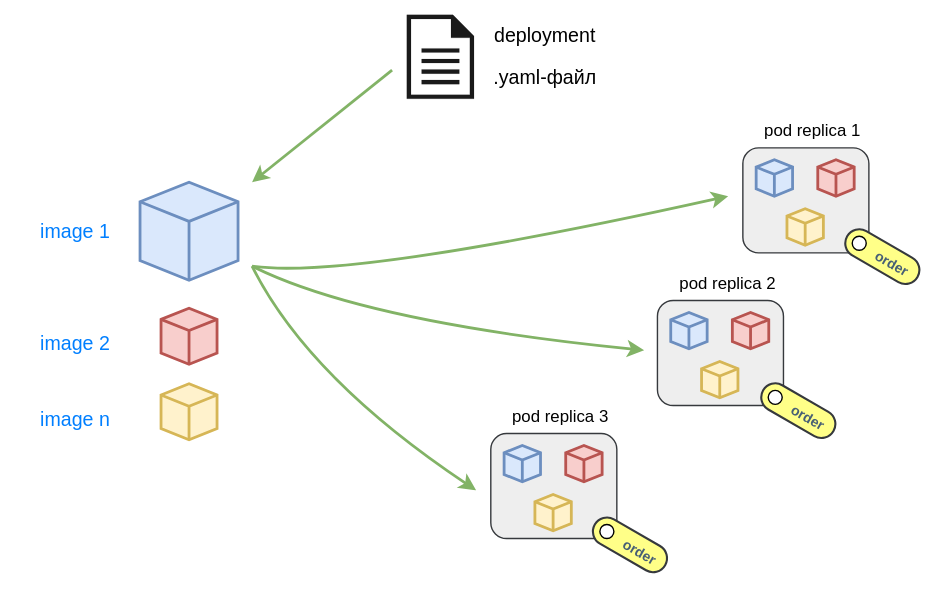
The draw.io diagram a-notes/tech/docker и kubernetes/kubernetes/k8s (kubernetes)/объекты кубера/img/deployment.drawio.svg in fullmetalprogrammist/workbook, before a commit. Source tidied: cells renumbered, new cells last; positions are measured from the earlier drawing's top-left corner, leaving out a move shared by most shapes.
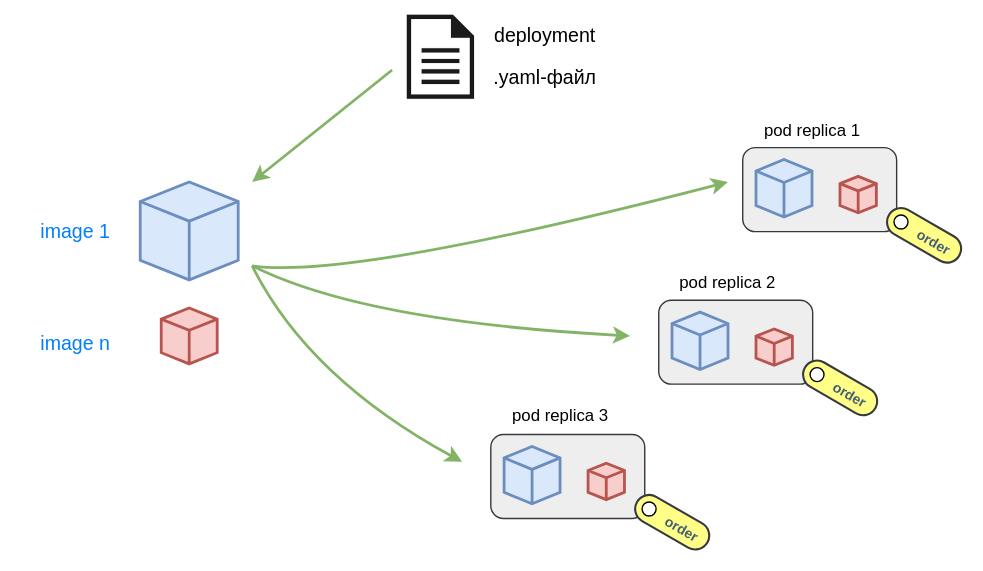
Above is the later version.

The edit, as a diff of the source:
```diff
@@ -1,139 +1,125 @@
 <mxGraphModel>
   <root>
     <mxCell id="0" />
-    <mxCell id="1" value="base" parent="0" />
+    <mxCell id="1" parent="0" />
+    <mxCell id="40" value="base" parent="0" />
-    <mxCell id="2" style="sketch=0;shadow=0;dashed=0;html=1;labelPosition=center;verticalLabelPosition=bottom;verticalAlign=top;align=center;shape=mxgraph.mscae.enterprise.document;fillColor=#1A1A1A;strokeWidth=0;" parent="1" vertex="1">
+    <mxCell id="2" style="sketch=0;shadow=0;dashed=0;html=1;labelPosition=center;verticalLabelPosition=bottom;verticalAlign=top;align=center;shape=mxgraph.mscae.enterprise.document;fillColor=#1A1A1A;strokeWidth=0;" parent="40" vertex="1">
       <mxGeometry x="280" width="48" height="60" as="geometry" />
     </mxCell>
-    <mxCell id="3" value=".yaml-файл" style="text;html=1;whiteSpace=wrap;strokeColor=none;fillColor=none;align=center;verticalAlign=middle;rounded=0;fontSize=14;" parent="1" vertex="1">
+    <mxCell id="3" value=".yaml-файл" style="text;html=1;whiteSpace=wrap;strokeColor=none;fillColor=none;align=center;verticalAlign=middle;rounded=0;fontSize=14;" parent="40" vertex="1">
       <mxGeometry x="328" y="30" width="102" height="30" as="geometry" />
     </mxCell>
-    <mxCell id="4" value="deployment" style="text;html=1;whiteSpace=wrap;strokeColor=none;fillColor=none;align=center;verticalAlign=middle;rounded=0;fontSize=14;" parent="1" vertex="1">
+    <mxCell id="4" value="deployment" style="text;html=1;whiteSpace=wrap;strokeColor=none;fillColor=none;align=center;verticalAlign=middle;rounded=0;fontSize=14;" parent="40" vertex="1">
       <mxGeometry x="328" width="102" height="30" as="geometry" />
     </mxCell>
-    <mxCell id="5" value="image 1" style="text;html=1;whiteSpace=wrap;strokeColor=none;fillColor=none;align=center;verticalAlign=middle;rounded=0;fontColor=#007FFF;fontSize=14;fontStyle=0;" parent="1" vertex="1">
+    <mxCell id="5" value="image 1" style="text;html=1;whiteSpace=wrap;strokeColor=none;fillColor=none;align=center;verticalAlign=middle;rounded=0;fontColor=#007FFF;fontSize=14;fontStyle=0;" parent="40" vertex="1">
       <mxGeometry x="10" y="145" width="66.7" height="20" as="geometry" />
     </mxCell>
-    <mxCell id="6" style="html=1;verticalLabelPosition=bottom;align=center;labelBackgroundColor=#ffffff;verticalAlign=top;strokeWidth=2;strokeColor=#6c8ebf;shadow=0;dashed=0;shape=mxgraph.ios7.icons.cube;fillColor=#dae8fc;" parent="1" vertex="1">
+    <mxCell id="6" style="html=1;verticalLabelPosition=bottom;align=center;labelBackgroundColor=#ffffff;verticalAlign=top;strokeWidth=2;strokeColor=#6c8ebf;shadow=0;dashed=0;shape=mxgraph.ios7.icons.cube;fillColor=#dae8fc;" parent="40" vertex="1">
       <mxGeometry x="90" y="120" width="70" height="70" as="geometry" />
     </mxCell>
-    <mxCell id="7" value="image 2" style="text;html=1;whiteSpace=wrap;strokeColor=none;fillColor=none;align=center;verticalAlign=middle;rounded=0;fontColor=#007FFF;fontSize=14;fontStyle=0;" parent="1" vertex="1">
-      <mxGeometry y="225" width="86.7" height="20" as="geometry" />
-    </mxCell>
+    <mxCell id="9" value="image n" style="text;html=1;whiteSpace=wrap;strokeColor=none;fillColor=none;align=center;verticalAlign=middle;rounded=0;fontColor=#007FFF;fontSize=14;fontStyle=0;" parent="40" vertex="1">
+      <mxGeometry y="225" width="86.7" height="20" as="geometry" />
+    </mxCell>
-    <mxCell id="8" style="html=1;verticalLabelPosition=bottom;align=center;labelBackgroundColor=#ffffff;verticalAlign=top;strokeWidth=2;strokeColor=#b85450;shadow=0;dashed=0;shape=mxgraph.ios7.icons.cube;fillColor=#f8cecc;" parent="1" vertex="1">
+    <mxCell id="8" style="html=1;verticalLabelPosition=bottom;align=center;labelBackgroundColor=#ffffff;verticalAlign=top;strokeWidth=2;strokeColor=#b85450;shadow=0;dashed=0;shape=mxgraph.ios7.icons.cube;fillColor=#f8cecc;" parent="40" vertex="1">
       <mxGeometry x="105" y="210" width="40" height="40" as="geometry" />
     </mxCell>
-    <mxCell id="9" value="image n" style="text;html=1;whiteSpace=wrap;strokeColor=none;fillColor=none;align=center;verticalAlign=middle;rounded=0;fontColor=#007FFF;fontSize=14;fontStyle=0;" parent="1" vertex="1">
-      <mxGeometry y="279" width="86.7" height="20" as="geometry" />
-    </mxCell>
-    <mxCell id="10" style="html=1;verticalLabelPosition=bottom;align=center;labelBackgroundColor=#ffffff;verticalAlign=top;strokeWidth=2;strokeColor=#d6b656;shadow=0;dashed=0;shape=mxgraph.ios7.icons.cube;fillColor=#fff2cc;" parent="1" vertex="1">
-      <mxGeometry x="105" y="264" width="40" height="40" as="geometry" />
-    </mxCell>
-    <mxCell id="11" style="rounded=1;whiteSpace=wrap;html=1;fillColor=#eeeeee;strokeColor=#36393d;" parent="1" vertex="1">
-      <mxGeometry x="520" y="95" width="90" height="75" as="geometry" />
-    </mxCell>
-    <mxCell id="12" style="html=1;verticalLabelPosition=bottom;align=center;labelBackgroundColor=#ffffff;verticalAlign=top;strokeWidth=2;strokeColor=#6c8ebf;shadow=0;dashed=0;shape=mxgraph.ios7.icons.cube;fillColor=#dae8fc;" parent="1" vertex="1">
-      <mxGeometry x="530" y="104" width="26" height="26" as="geometry" />
-    </mxCell>
-    <mxCell id="13" style="html=1;verticalLabelPosition=bottom;align=center;labelBackgroundColor=#ffffff;verticalAlign=top;strokeWidth=2;strokeColor=#b85450;shadow=0;dashed=0;shape=mxgraph.ios7.icons.cube;fillColor=#f8cecc;" parent="1" vertex="1">
-      <mxGeometry x="574" y="104" width="26" height="26" as="geometry" />
-    </mxCell>
-    <mxCell id="14" style="html=1;verticalLabelPosition=bottom;align=center;labelBackgroundColor=#ffffff;verticalAlign=top;strokeWidth=2;strokeColor=#d6b656;shadow=0;dashed=0;shape=mxgraph.ios7.icons.cube;fillColor=#fff2cc;" parent="1" vertex="1">
-      <mxGeometry x="552" y="139" width="26" height="26" as="geometry" />
-    </mxCell>
-    <mxCell id="15" value="pod replica 1" style="text;html=1;whiteSpace=wrap;strokeColor=none;fillColor=none;align=center;verticalAlign=middle;rounded=0;" parent="1" vertex="1">
+    <mxCell id="15" value="pod replica 1" style="text;html=1;whiteSpace=wrap;strokeColor=none;fillColor=none;align=center;verticalAlign=middle;rounded=0;" parent="40" vertex="1">
       <mxGeometry x="530" y="70" width="80" height="25" as="geometry" />
     </mxCell>
-    <mxCell id="16" style="rounded=1;whiteSpace=wrap;html=1;fillColor=#eeeeee;strokeColor=#36393d;" parent="1" vertex="1">
-      <mxGeometry x="459" y="204" width="90" height="75" as="geometry" />
-    </mxCell>
-    <mxCell id="17" style="html=1;verticalLabelPosition=bottom;align=center;labelBackgroundColor=#ffffff;verticalAlign=top;strokeWidth=2;strokeColor=#6c8ebf;shadow=0;dashed=0;shape=mxgraph.ios7.icons.cube;fillColor=#dae8fc;" parent="1" vertex="1">
-      <mxGeometry x="469" y="213" width="26" height="26" as="geometry" />
-    </mxCell>
-    <mxCell id="18" style="html=1;verticalLabelPosition=bottom;align=center;labelBackgroundColor=#ffffff;verticalAlign=top;strokeWidth=2;strokeColor=#b85450;shadow=0;dashed=0;shape=mxgraph.ios7.icons.cube;fillColor=#f8cecc;" parent="1" vertex="1">
-      <mxGeometry x="513" y="213" width="26" height="26" as="geometry" />
-    </mxCell>
-    <mxCell id="19" style="html=1;verticalLabelPosition=bottom;align=center;labelBackgroundColor=#ffffff;verticalAlign=top;strokeWidth=2;strokeColor=#d6b656;shadow=0;dashed=0;shape=mxgraph.ios7.icons.cube;fillColor=#fff2cc;" parent="1" vertex="1">
-      <mxGeometry x="491" y="248" width="26" height="26" as="geometry" />
-    </mxCell>
-    <mxCell id="20" value="pod replica 2" style="text;html=1;whiteSpace=wrap;strokeColor=none;fillColor=none;align=center;verticalAlign=middle;rounded=0;" parent="1" vertex="1">
+    <mxCell id="20" value="pod replica 2" style="text;html=1;whiteSpace=wrap;strokeColor=none;fillColor=none;align=center;verticalAlign=middle;rounded=0;" parent="40" vertex="1">
       <mxGeometry x="470" y="179" width="79" height="25" as="geometry" />
     </mxCell>
-    <mxCell id="21" style="rounded=1;whiteSpace=wrap;html=1;fillColor=#eeeeee;strokeColor=#36393d;" parent="1" vertex="1">
-      <mxGeometry x="340" y="299" width="90" height="75" as="geometry" />
-    </mxCell>
-    <mxCell id="22" style="html=1;verticalLabelPosition=bottom;align=center;labelBackgroundColor=#ffffff;verticalAlign=top;strokeWidth=2;strokeColor=#6c8ebf;shadow=0;dashed=0;shape=mxgraph.ios7.icons.cube;fillColor=#dae8fc;" parent="1" vertex="1">
-      <mxGeometry x="350" y="308" width="26" height="26" as="geometry" />
-    </mxCell>
-    <mxCell id="23" style="html=1;verticalLabelPosition=bottom;align=center;labelBackgroundColor=#ffffff;verticalAlign=top;strokeWidth=2;strokeColor=#b85450;shadow=0;dashed=0;shape=mxgraph.ios7.icons.cube;fillColor=#f8cecc;" parent="1" vertex="1">
-      <mxGeometry x="394" y="308" width="26" height="26" as="geometry" />
-    </mxCell>
-    <mxCell id="24" style="html=1;verticalLabelPosition=bottom;align=center;labelBackgroundColor=#ffffff;verticalAlign=top;strokeWidth=2;strokeColor=#d6b656;shadow=0;dashed=0;shape=mxgraph.ios7.icons.cube;fillColor=#fff2cc;" parent="1" vertex="1">
-      <mxGeometry x="372" y="343" width="26" height="26" as="geometry" />
-    </mxCell>
-    <mxCell id="25" value="pod replica 3" style="text;html=1;whiteSpace=wrap;strokeColor=none;fillColor=none;align=center;verticalAlign=middle;rounded=0;" parent="1" vertex="1">
+    <mxCell id="25" value="pod replica 3" style="text;html=1;whiteSpace=wrap;strokeColor=none;fillColor=none;align=center;verticalAlign=middle;rounded=0;" parent="40" vertex="1">
       <mxGeometry x="350" y="274" width="80" height="25" as="geometry" />
     </mxCell>
-    <mxCell id="26" style="group;" parent="1" vertex="1">
-      <mxGeometry x="409.8" y="355.8" width="60.2" height="46.3" as="geometry" />
-    </mxCell>
-    <mxCell id="27" value="&lt;font size=&quot;1&quot; color=&quot;#475f75&quot;&gt;&lt;b style=&quot;&quot;&gt;order&amp;nbsp;&amp;nbsp;&lt;/b&gt;&lt;/font&gt;" style="rounded=1;whiteSpace=wrap;html=1;arcSize=50;strokeColor=#36393d;fillColor=#ffff88;strokeWidth=1.5;rotation=30;align=right;verticalAlign=middle;" parent="26" vertex="1">
-      <mxGeometry x="1.1" y="13.2" width="58" height="20" as="geometry" />
-    </mxCell>
-    <mxCell id="28" style="ellipse;whiteSpace=wrap;html=1;" parent="26" vertex="1">
-      <mxGeometry x="8.1" y="8.2" width="10" height="10" as="geometry" />
-    </mxCell>
-    <mxCell id="29" style="group;" parent="1" vertex="1">
-      <mxGeometry x="530" y="260" width="60.2" height="46.3" as="geometry" />
-    </mxCell>
-    <mxCell id="30" value="&lt;font size=&quot;1&quot; color=&quot;#475f75&quot;&gt;&lt;b style=&quot;&quot;&gt;order&amp;nbsp;&amp;nbsp;&lt;/b&gt;&lt;/font&gt;" style="rounded=1;whiteSpace=wrap;html=1;arcSize=50;strokeColor=#36393d;fillColor=#ffff88;strokeWidth=1.5;rotation=30;align=right;verticalAlign=middle;" parent="29" vertex="1">
-      <mxGeometry x="1.1" y="13.2" width="58" height="20" as="geometry" />
-    </mxCell>
-    <mxCell id="31" style="ellipse;whiteSpace=wrap;html=1;" parent="29" vertex="1">
-      <mxGeometry x="8.1" y="8.2" width="10" height="10" as="geometry" />
-    </mxCell>
-    <mxCell id="32" style="group;" parent="1" vertex="1">
-      <mxGeometry x="590" y="150" width="60.2" height="46.3" as="geometry" />
-    </mxCell>
-    <mxCell id="33" value="&lt;font size=&quot;1&quot; color=&quot;#475f75&quot;&gt;&lt;b style=&quot;&quot;&gt;order&amp;nbsp;&amp;nbsp;&lt;/b&gt;&lt;/font&gt;" style="rounded=1;whiteSpace=wrap;html=1;arcSize=50;strokeColor=#36393d;fillColor=#ffff88;strokeWidth=1.5;rotation=30;align=right;verticalAlign=middle;" parent="32" vertex="1">
-      <mxGeometry x="1.1" y="13.2" width="58" height="20" as="geometry" />
-    </mxCell>
-    <mxCell id="34" style="ellipse;whiteSpace=wrap;html=1;" parent="32" vertex="1">
-      <mxGeometry x="8.1" y="8.2" width="10" height="10" as="geometry" />
-    </mxCell>
+    <mxCell id="41" style="rounded=1;whiteSpace=wrap;html=1;fillColor=#eeeeee;strokeColor=#36393d;" parent="40" vertex="1">
+      <mxGeometry x="340" y="300" width="110" height="60" as="geometry" />
+    </mxCell>
+    <mxCell id="42" style="html=1;verticalLabelPosition=bottom;align=center;labelBackgroundColor=#ffffff;verticalAlign=top;strokeWidth=2;strokeColor=#6c8ebf;shadow=0;dashed=0;shape=mxgraph.ios7.icons.cube;fillColor=#dae8fc;" parent="40" vertex="1">
+      <mxGeometry x="350" y="309" width="40" height="41" as="geometry" />
+    </mxCell>
+    <mxCell id="43" style="html=1;verticalLabelPosition=bottom;align=center;labelBackgroundColor=#ffffff;verticalAlign=top;strokeWidth=2;strokeColor=#b85450;shadow=0;dashed=0;shape=mxgraph.ios7.icons.cube;fillColor=#f8cecc;" parent="40" vertex="1">
+      <mxGeometry x="410" y="321" width="26" height="26" as="geometry" />
+    </mxCell>
+    <mxCell id="44" style="group;" parent="40" vertex="1">
+      <mxGeometry x="440" y="340" width="60.2" height="46.3" as="geometry" />
+    </mxCell>
+    <mxCell id="45" value="&lt;font size=&quot;1&quot; color=&quot;#475f75&quot;&gt;&lt;b style=&quot;&quot;&gt;order&amp;nbsp;&amp;nbsp;&lt;/b&gt;&lt;/font&gt;" style="rounded=1;whiteSpace=wrap;html=1;arcSize=50;strokeColor=#36393d;fillColor=#ffff88;strokeWidth=1.5;rotation=30;align=right;verticalAlign=middle;" parent="44" vertex="1">
+      <mxGeometry x="1.1" y="13.2" width="58" height="20" as="geometry" />
+    </mxCell>
+    <mxCell id="46" style="ellipse;whiteSpace=wrap;html=1;" parent="44" vertex="1">
+      <mxGeometry x="8.1" y="8.2" width="10" height="10" as="geometry" />
+    </mxCell>
+    <mxCell id="47" style="rounded=1;whiteSpace=wrap;html=1;fillColor=#eeeeee;strokeColor=#36393d;" parent="40" vertex="1">
+      <mxGeometry x="460" y="204" width="110" height="60" as="geometry" />
+    </mxCell>
+    <mxCell id="48" style="html=1;verticalLabelPosition=bottom;align=center;labelBackgroundColor=#ffffff;verticalAlign=top;strokeWidth=2;strokeColor=#6c8ebf;shadow=0;dashed=0;shape=mxgraph.ios7.icons.cube;fillColor=#dae8fc;" parent="40" vertex="1">
+      <mxGeometry x="470" y="213" width="40" height="41" as="geometry" />
+    </mxCell>
+    <mxCell id="49" style="html=1;verticalLabelPosition=bottom;align=center;labelBackgroundColor=#ffffff;verticalAlign=top;strokeWidth=2;strokeColor=#b85450;shadow=0;dashed=0;shape=mxgraph.ios7.icons.cube;fillColor=#f8cecc;" parent="40" vertex="1">
+      <mxGeometry x="530" y="225" width="26" height="26" as="geometry" />
+    </mxCell>
+    <mxCell id="50" style="group;" parent="40" vertex="1">
+      <mxGeometry x="560" y="244" width="60.2" height="46.3" as="geometry" />
+    </mxCell>
+    <mxCell id="51" value="&lt;font size=&quot;1&quot; color=&quot;#475f75&quot;&gt;&lt;b style=&quot;&quot;&gt;order&amp;nbsp;&amp;nbsp;&lt;/b&gt;&lt;/font&gt;" style="rounded=1;whiteSpace=wrap;html=1;arcSize=50;strokeColor=#36393d;fillColor=#ffff88;strokeWidth=1.5;rotation=30;align=right;verticalAlign=middle;" parent="50" vertex="1">
+      <mxGeometry x="1.1" y="13.2" width="58" height="20" as="geometry" />
+    </mxCell>
+    <mxCell id="52" style="ellipse;whiteSpace=wrap;html=1;" parent="50" vertex="1">
+      <mxGeometry x="8.1" y="8.2" width="10" height="10" as="geometry" />
+    </mxCell>
+    <mxCell id="53" style="rounded=1;whiteSpace=wrap;html=1;fillColor=#eeeeee;strokeColor=#36393d;" parent="40" vertex="1">
+      <mxGeometry x="520" y="95" width="110" height="60" as="geometry" />
+    </mxCell>
+    <mxCell id="54" style="html=1;verticalLabelPosition=bottom;align=center;labelBackgroundColor=#ffffff;verticalAlign=top;strokeWidth=2;strokeColor=#6c8ebf;shadow=0;dashed=0;shape=mxgraph.ios7.icons.cube;fillColor=#dae8fc;" parent="40" vertex="1">
+      <mxGeometry x="530" y="104" width="40" height="41" as="geometry" />
+    </mxCell>
+    <mxCell id="55" style="html=1;verticalLabelPosition=bottom;align=center;labelBackgroundColor=#ffffff;verticalAlign=top;strokeWidth=2;strokeColor=#b85450;shadow=0;dashed=0;shape=mxgraph.ios7.icons.cube;fillColor=#f8cecc;" parent="40" vertex="1">
+      <mxGeometry x="590" y="116" width="26" height="26" as="geometry" />
+    </mxCell>
+    <mxCell id="56" style="group;" parent="40" vertex="1">
+      <mxGeometry x="620" y="135" width="60.2" height="46.3" as="geometry" />
+    </mxCell>
+    <mxCell id="57" value="&lt;font size=&quot;1&quot; color=&quot;#475f75&quot;&gt;&lt;b style=&quot;&quot;&gt;order&amp;nbsp;&amp;nbsp;&lt;/b&gt;&lt;/font&gt;" style="rounded=1;whiteSpace=wrap;html=1;arcSize=50;strokeColor=#36393d;fillColor=#ffff88;strokeWidth=1.5;rotation=30;align=right;verticalAlign=middle;" parent="56" vertex="1">
+      <mxGeometry x="1.1" y="13.2" width="58" height="20" as="geometry" />
+    </mxCell>
+    <mxCell id="58" style="ellipse;whiteSpace=wrap;html=1;" parent="56" vertex="1">
+      <mxGeometry x="8.1" y="8.2" width="10" height="10" as="geometry" />
+    </mxCell>
     <mxCell id="35" value="arrows" parent="0" />
-    <mxCell id="36" style="endArrow=classic;html=1;rounded=0;fillColor=#d5e8d4;strokeColor=#82b366;strokeWidth=2;" parent="35" edge="1">
-      <mxGeometry relative="1" as="geometry">
-        <mxPoint x="270" y="40" as="sourcePoint" />
-        <mxPoint x="170" y="120" as="targetPoint" />
-      </mxGeometry>
-    </mxCell>
-    <mxCell id="37" style="curved=1;endArrow=classic;html=1;rounded=0;fillColor=#d5e8d4;strokeColor=#82b366;strokeWidth=2;" parent="35" edge="1">
-      <mxGeometry relative="1" as="geometry">
-        <mxPoint x="170" y="180" as="sourcePoint" />
-        <mxPoint x="330" y="340" as="targetPoint" />
-        <Array as="points">
-          <mxPoint x="210" y="260" />
-        </Array>
-      </mxGeometry>
-    </mxCell>
-    <mxCell id="38" style="curved=1;endArrow=classic;html=1;rounded=0;fillColor=#d5e8d4;strokeColor=#82b366;strokeWidth=2;" parent="35" edge="1">
-      <mxGeometry relative="1" as="geometry">
-        <mxPoint x="170" y="180" as="sourcePoint" />
-        <mxPoint x="450" y="240" as="targetPoint" />
-        <Array as="points">
-          <mxPoint x="250" y="220" />
-        </Array>
-      </mxGeometry>
-    </mxCell>
-    <mxCell id="39" style="curved=1;endArrow=classic;html=1;rounded=0;fillColor=#d5e8d4;strokeColor=#82b366;strokeWidth=2;" parent="35" edge="1">
-      <mxGeometry relative="1" as="geometry">
-        <mxPoint x="170" y="180" as="sourcePoint" />
-        <mxPoint x="510" y="130" as="targetPoint" />
-        <Array as="points">
-          <mxPoint x="240" y="190" />
-        </Array>
-      </mxGeometry>
-    </mxCell>
+    <mxCell id="59" style="endArrow=classic;html=1;rounded=0;fillColor=#d5e8d4;strokeColor=#82b366;strokeWidth=2;" parent="35" edge="1">
+      <mxGeometry relative="1" as="geometry">
+        <mxPoint x="270" y="40" as="sourcePoint" />
+        <mxPoint x="170" y="120" as="targetPoint" />
+      </mxGeometry>
+    </mxCell>
+    <mxCell id="60" style="curved=1;endArrow=classic;html=1;rounded=0;fillColor=#d5e8d4;strokeColor=#82b366;strokeWidth=2;" parent="35" edge="1">
+      <mxGeometry relative="1" as="geometry">
+        <mxPoint x="170" y="180" as="sourcePoint" />
+        <mxPoint x="320" y="320" as="targetPoint" />
+        <Array as="points">
+          <mxPoint x="210" y="260" />
+        </Array>
+      </mxGeometry>
+    </mxCell>
+    <mxCell id="61" style="curved=1;endArrow=classic;html=1;rounded=0;fillColor=#d5e8d4;strokeColor=#82b366;strokeWidth=2;" parent="35" edge="1">
+      <mxGeometry relative="1" as="geometry">
+        <mxPoint x="170" y="180" as="sourcePoint" />
+        <mxPoint x="440" y="230" as="targetPoint" />
+        <Array as="points">
+          <mxPoint x="250" y="220" />
+        </Array>
+      </mxGeometry>
+    </mxCell>
+    <mxCell id="62" style="curved=1;endArrow=classic;html=1;rounded=0;fillColor=#d5e8d4;strokeColor=#82b366;strokeWidth=2;" parent="35" edge="1">
+      <mxGeometry relative="1" as="geometry">
+        <mxPoint x="170" y="180" as="sourcePoint" />
+        <mxPoint x="510" y="120" as="targetPoint" />
+        <Array as="points">
+          <mxPoint x="240" y="190" />
+        </Array>
+      </mxGeometry>
+    </mxCell>
   </root>
 </mxGraphModel>
```
